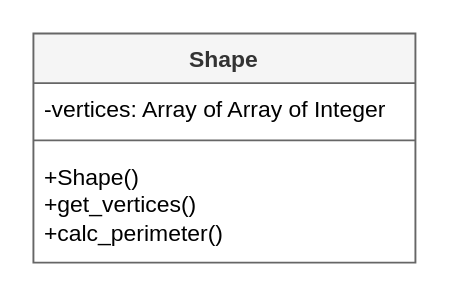
This is page "class" (2 of 4) of ah-cs/sdd/AH-SDD-Shape/assets/diagrams/AH-SDD-Shape.drawio from MrFriendCS/MrFriendCS.github.io, a draw.io file, before an edit. Source tidied: cells renumbered, new cells numbered last; positions are measured from the earlier drawing's top-left corner, leaving out a move shared by most shapes. Both pictures are drawn from the tidied source at 191%, with x=0, y=0 at pixel (32, 32).
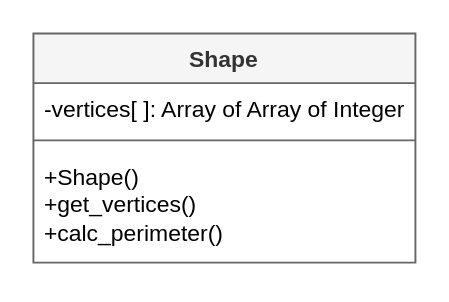
The same page after the edit.

The edit, as a diff of the source:
```diff
@@
 <mxGraphModel>
   <root>
     <mxCell id="0" />
     <mxCell id="1" parent="0" />
     <mxCell id="2" value="Shape" style="swimlane;fontStyle=1;align=center;verticalAlign=top;horizontal=1;startSize=26;whiteSpace=wrap;html=1;fillColor=#f5f5f5;fontColor=#333333;strokeColor=#666666;" parent="1" vertex="1">
       <mxGeometry width="200" height="120" as="geometry" />
     </mxCell>
-    <mxCell id="3" value="-vertices: Array of Array of Integer" style="text;strokeColor=none;fillColor=none;align=left;verticalAlign=top;spacingLeft=4;spacingRight=4;overflow=hidden;whiteSpace=wrap;html=1;" parent="2" vertex="1">
+    <mxCell id="3" value="-vertices[ ]: Array of Array of Integer" style="text;strokeColor=none;fillColor=none;align=left;verticalAlign=top;spacingLeft=4;spacingRight=4;overflow=hidden;whiteSpace=wrap;html=1;" parent="2" vertex="1">
       <mxGeometry y="26" width="200" height="24" as="geometry" />
     </mxCell>
     <mxCell id="4" style="line;strokeWidth=1;fillColor=none;align=left;verticalAlign=middle;spacingTop=-1;spacingLeft=3;spacingRight=3;labelPosition=right;strokeColor=inherit;" parent="2" vertex="1">
       <mxGeometry y="50" width="200" height="12" as="geometry" />
     </mxCell>
     <mxCell id="5" value="+Shape()&lt;div&gt;+get_vertices()&lt;/div&gt;&lt;div&gt;+calc_perimeter()&lt;/div&gt;" style="text;strokeColor=none;fillColor=none;align=left;verticalAlign=top;spacingLeft=4;spacingRight=4;overflow=hidden;whiteSpace=wrap;html=1;" parent="2" vertex="1">
       <mxGeometry y="62" width="200" height="58" as="geometry" />
     </mxCell>
   </root>
 </mxGraphModel>
```
